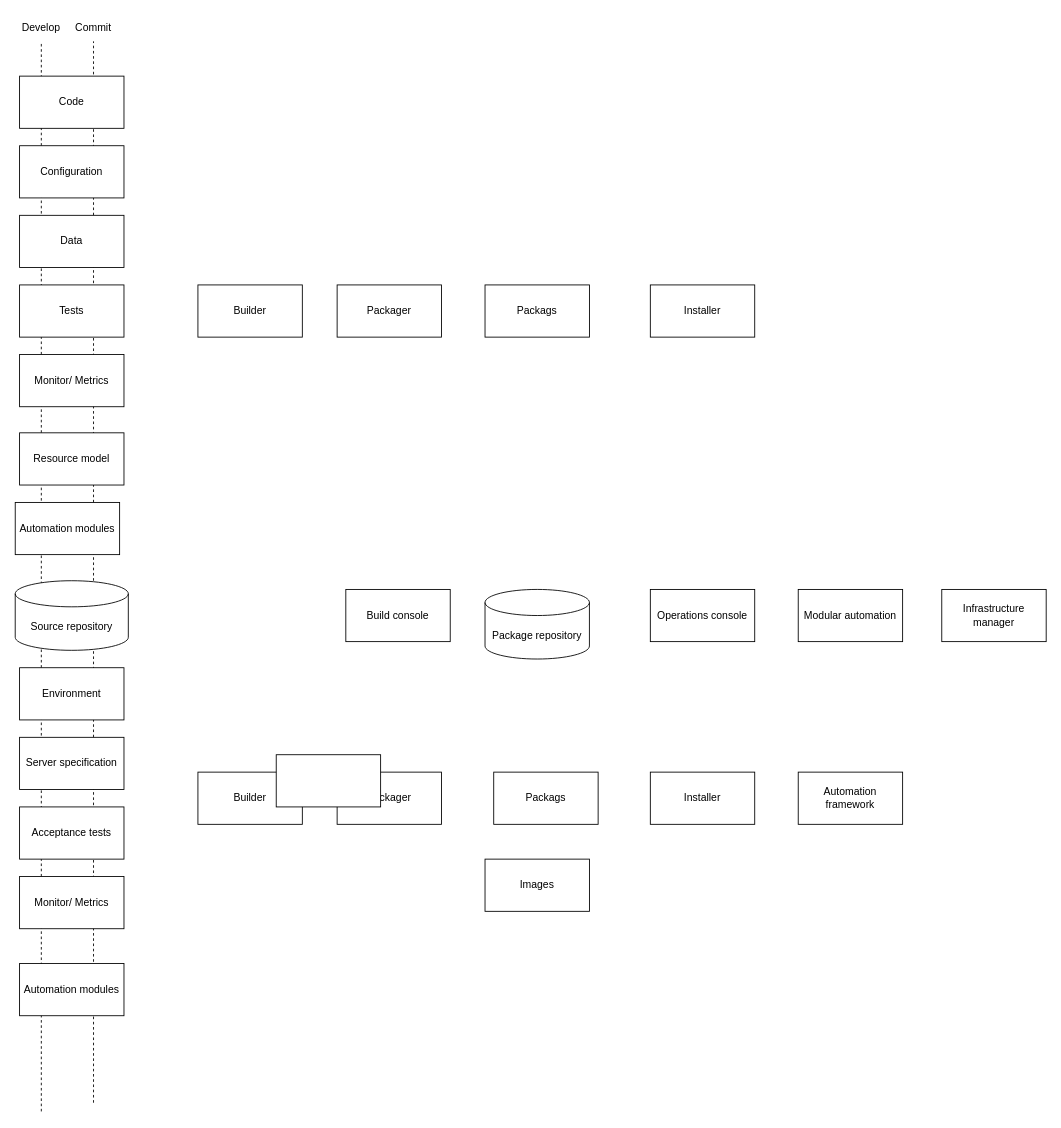
Earlier version of the draw.io diagram Service-delivery-platform-design-pattern.drawio (coderTechJordan/Networking). Source tidied: cells renumbered, new cells numbered last; positions are measured from the earlier drawing's top-left corner, leaving out a move shared by most shapes. Both pictures are drawn from the tidied source at 87%, with x=0, y=0 at pixel (15, 15).
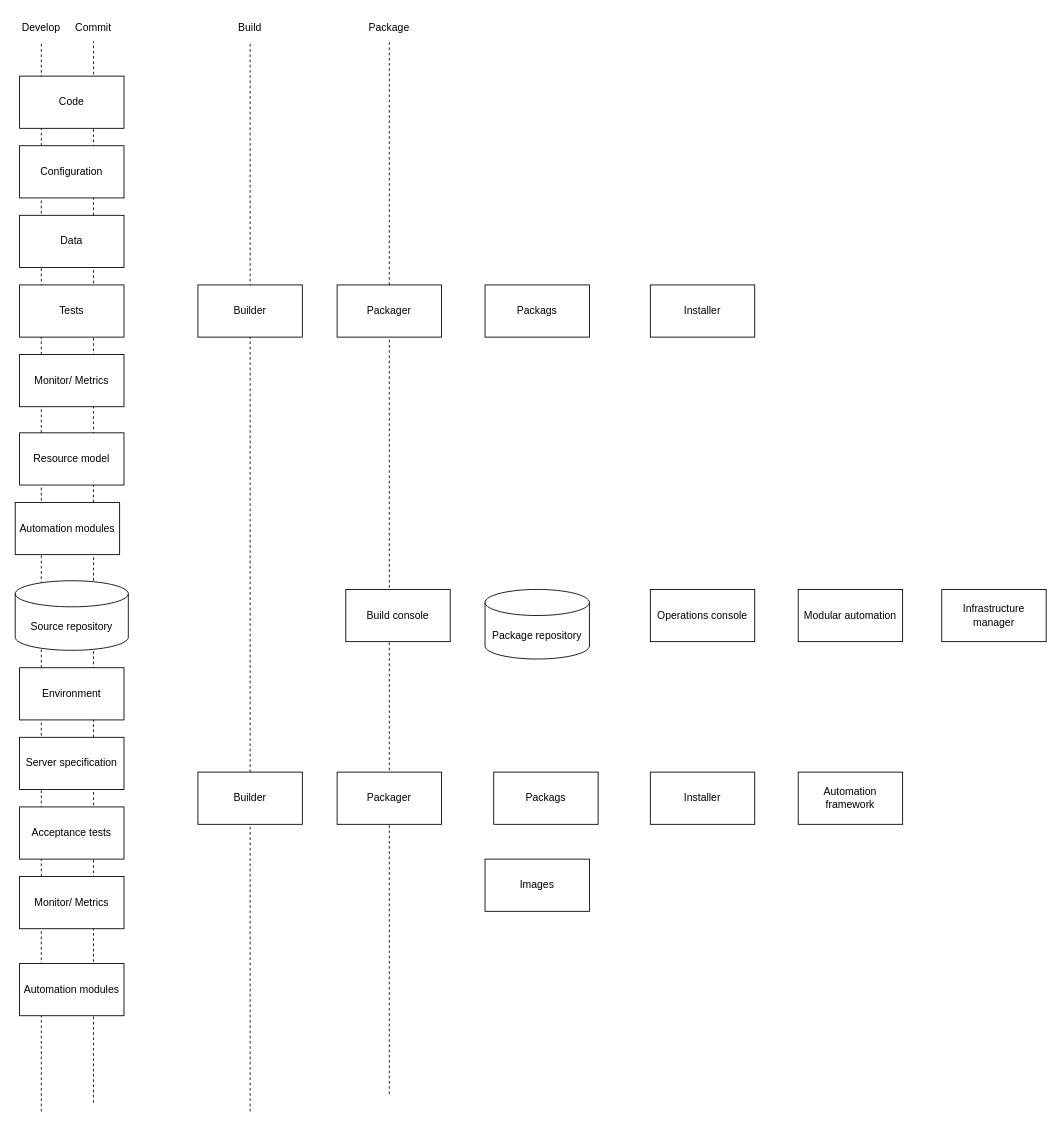
The same page after the edit.

Diff of the diagram source:
```diff
@@
+    <mxCell id="35" style="endArrow=none;dashed=1;html=1;rounded=0;entryX=0.5;entryY=1;entryDx=0;entryDy=0;" parent="1" edge="1" target="38">
+      <mxGeometry relative="1" as="geometry">
+        <mxPoint x="430" y="1240" as="sourcePoint" />
+      </mxGeometry>
+    </mxCell>
+    <mxCell id="36" style="endArrow=none;dashed=1;html=1;rounded=0;entryX=0.5;entryY=1;entryDx=0;entryDy=0;" parent="1" edge="1" target="37">
+      <mxGeometry relative="1" as="geometry">
+        <mxPoint x="270" y="1260" as="sourcePoint" />
+      </mxGeometry>
+    </mxCell>
@@
-    <mxCell id="33" style="rounded=0;whiteSpace=wrap;html=1;" parent="1" vertex="1">
-      <mxGeometry x="300" y="850" width="120" height="60" as="geometry" />
-    </mxCell>
@@
+    <mxCell id="37" value="Build" style="text;html=1;strokeColor=none;fillColor=none;align=center;verticalAlign=middle;whiteSpace=wrap;rounded=0;" parent="1" vertex="1">
+      <mxGeometry x="240" width="60" height="30" as="geometry" />
+    </mxCell>
+    <mxCell id="38" value="Package" style="text;html=1;strokeColor=none;fillColor=none;align=center;verticalAlign=middle;whiteSpace=wrap;rounded=0;" parent="1" vertex="1">
+      <mxGeometry x="400" width="60" height="30" as="geometry" />
+    </mxCell>
```
